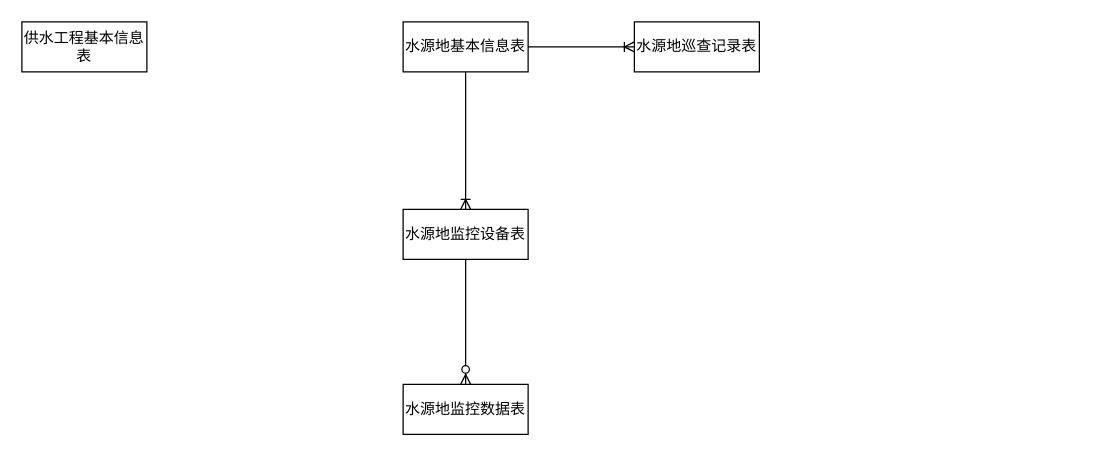
The draw.io diagram file/ncsler.drawio in DORcode/admin-demo, before the edit. Source tidied: cells renumbered, new cells numbered last; positions are measured from the earlier drawing's top-left corner, leaving out a move shared by most shapes. Both pictures are drawn from the tidied source at 125%, with x=0, y=0 at pixel (21, 21).
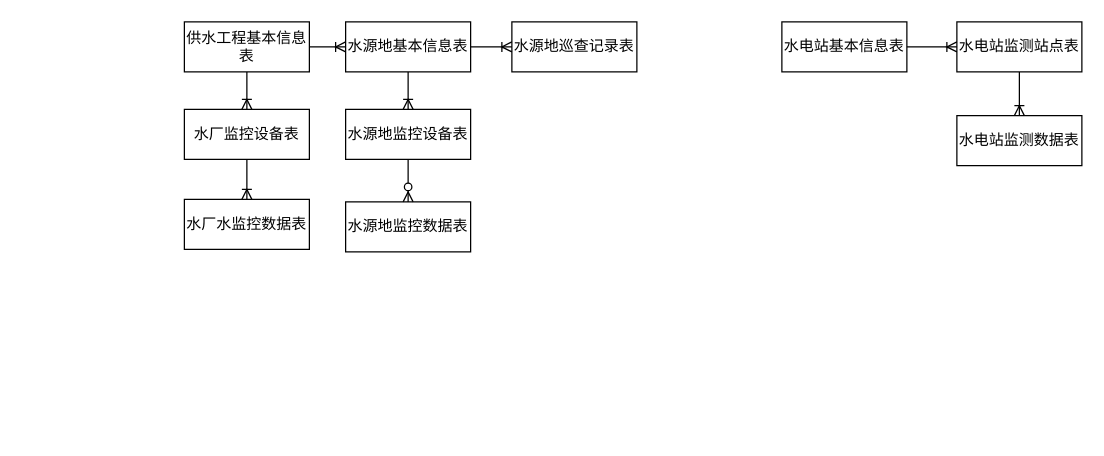
After the change.

What changed in the source:
```diff
@@
 <mxGraphModel>
   <root>
     <mxCell id="0" />
     <mxCell id="1" parent="0" />
     <mxCell id="2" value="供水工程基本信息表" style="whiteSpace=wrap;html=1;align=center;" parent="1" vertex="1">
-      <mxGeometry width="100" height="40" as="geometry" />
+      <mxGeometry x="130" width="100" height="40" as="geometry" />
     </mxCell>
     <mxCell id="3" value="水源地基本信息表" style="whiteSpace=wrap;html=1;align=center;" parent="1" vertex="1">
-      <mxGeometry x="305" width="100" height="40" as="geometry" />
+      <mxGeometry x="259" width="100" height="40" as="geometry" />
     </mxCell>
     <mxCell id="4" value="水源地巡查记录表" style="whiteSpace=wrap;html=1;align=center;" parent="1" vertex="1">
-      <mxGeometry x="490" width="100" height="40" as="geometry" />
+      <mxGeometry x="392" width="100" height="40" as="geometry" />
     </mxCell>
     <mxCell id="5" style="edgeStyle=entityRelationEdgeStyle;fontSize=12;html=1;endArrow=ERoneToMany;exitX=1;exitY=0.5;exitDx=0;exitDy=0;" parent="1" edge="1" source="3" target="4">
       <mxGeometry relative="1" as="geometry" />
     </mxCell>
     <mxCell id="6" value="水源地监控设备表" style="whiteSpace=wrap;html=1;align=center;" parent="1" vertex="1">
-      <mxGeometry x="305" y="150" width="100" height="40" as="geometry" />
+      <mxGeometry x="259" y="70" width="100" height="40" as="geometry" />
     </mxCell>
     <mxCell id="7" style="fontSize=12;html=1;endArrow=ERoneToMany;entryX=0.5;entryY=0;entryDx=0;entryDy=0;" parent="1" edge="1" source="3" target="6">
       <mxGeometry relative="1" as="geometry" />
     </mxCell>
     <mxCell id="8" value="水源地监控数据表" style="whiteSpace=wrap;html=1;align=center;" parent="1" vertex="1">
-      <mxGeometry x="305" y="290" width="100" height="40" as="geometry" />
+      <mxGeometry x="259" y="144" width="100" height="40" as="geometry" />
     </mxCell>
     <mxCell id="9" style="fontSize=12;html=1;endArrow=ERzeroToMany;endFill=1;exitX=0.5;exitY=1;exitDx=0;exitDy=0;entryX=0.5;entryY=0;entryDx=0;entryDy=0;" parent="1" edge="1" source="6" target="8">
       <mxGeometry relative="1" as="geometry" />
     </mxCell>
+    <mxCell id="10" style="edgeStyle=entityRelationEdgeStyle;fontSize=12;html=1;endArrow=ERoneToMany;exitX=1;exitY=0.5;exitDx=0;exitDy=0;entryX=0;entryY=0.5;entryDx=0;entryDy=0;" parent="1" edge="1" source="2" target="3">
+      <mxGeometry relative="1" as="geometry" />
+    </mxCell>
+    <mxCell id="11" value="水厂监控设备表" style="whiteSpace=wrap;html=1;align=center;" parent="1" vertex="1">
+      <mxGeometry x="130" y="70" width="100" height="40" as="geometry" />
+    </mxCell>
+    <mxCell id="12" value="水厂水监控数据表" style="whiteSpace=wrap;html=1;align=center;" parent="1" vertex="1">
+      <mxGeometry x="130" y="142" width="100" height="40" as="geometry" />
+    </mxCell>
+    <mxCell id="13" style="fontSize=12;html=1;endArrow=ERoneToMany;exitX=0.5;exitY=1;exitDx=0;exitDy=0;entryX=0.5;entryY=0;entryDx=0;entryDy=0;" parent="1" edge="1" source="2" target="11">
+      <mxGeometry relative="1" as="geometry" />
+    </mxCell>
+    <mxCell id="14" style="fontSize=12;html=1;endArrow=ERoneToMany;exitX=0.5;exitY=1;exitDx=0;exitDy=0;entryX=0.5;entryY=0;entryDx=0;entryDy=0;" parent="1" edge="1" source="11" target="12">
+      <mxGeometry relative="1" as="geometry" />
+    </mxCell>
+    <mxCell id="15" value="水电站基本信息表" style="whiteSpace=wrap;html=1;align=center;" parent="1" vertex="1">
+      <mxGeometry x="608" width="100" height="40" as="geometry" />
+    </mxCell>
+    <mxCell id="16" value="水电站监测站点表" style="whiteSpace=wrap;html=1;align=center;" parent="1" vertex="1">
+      <mxGeometry x="748" width="100" height="40" as="geometry" />
+    </mxCell>
+    <mxCell id="17" value="水电站监测数据表" style="whiteSpace=wrap;html=1;align=center;" parent="1" vertex="1">
+      <mxGeometry x="748" y="75" width="100" height="40" as="geometry" />
+    </mxCell>
+    <mxCell id="18" style="edgeStyle=entityRelationEdgeStyle;fontSize=12;html=1;endArrow=ERoneToMany;exitX=1;exitY=0.5;exitDx=0;exitDy=0;" parent="1" edge="1" source="15" target="16">
+      <mxGeometry relative="1" as="geometry" />
+    </mxCell>
+    <mxCell id="19" style="fontSize=12;html=1;endArrow=ERoneToMany;exitX=0.5;exitY=1;exitDx=0;exitDy=0;" parent="1" edge="1" source="16" target="17">
+      <mxGeometry relative="1" as="geometry" />
+    </mxCell>
   </root>
 </mxGraphModel>
```
